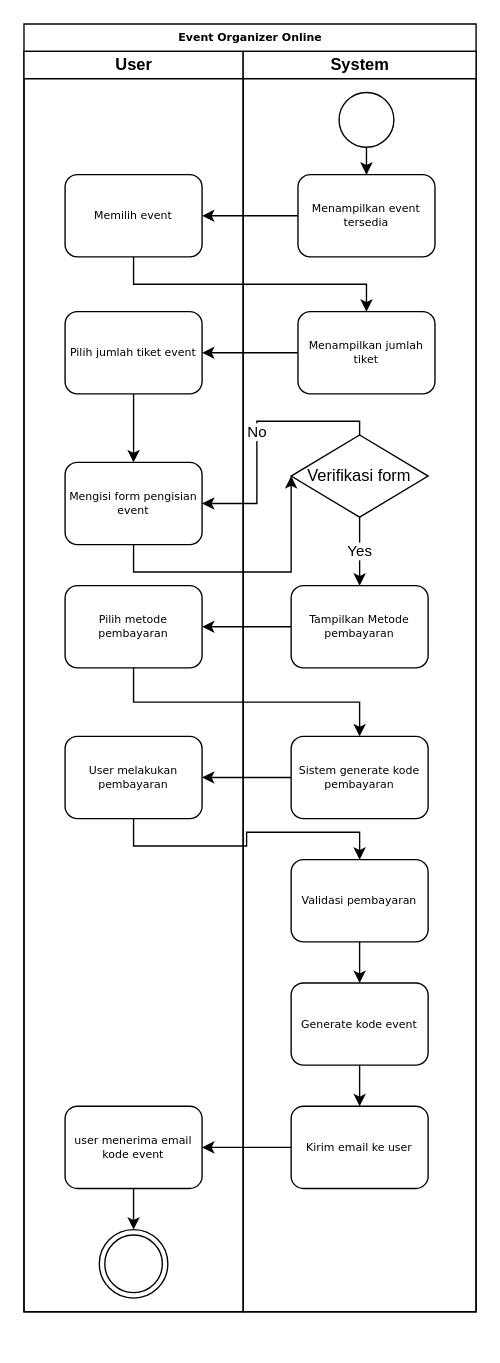
Before: Kel 4 tb 1.drawio in irwanmaulana42/MathToolsDataScience, a draw.io diagram. Source tidied: cells renumbered, new cells numbered last; positions are measured from the earlier drawing's top-left corner, leaving out a move shared by most shapes. Both pictures are drawn from the tidied source at 137%, with x=0, y=0 at pixel (23, 23).
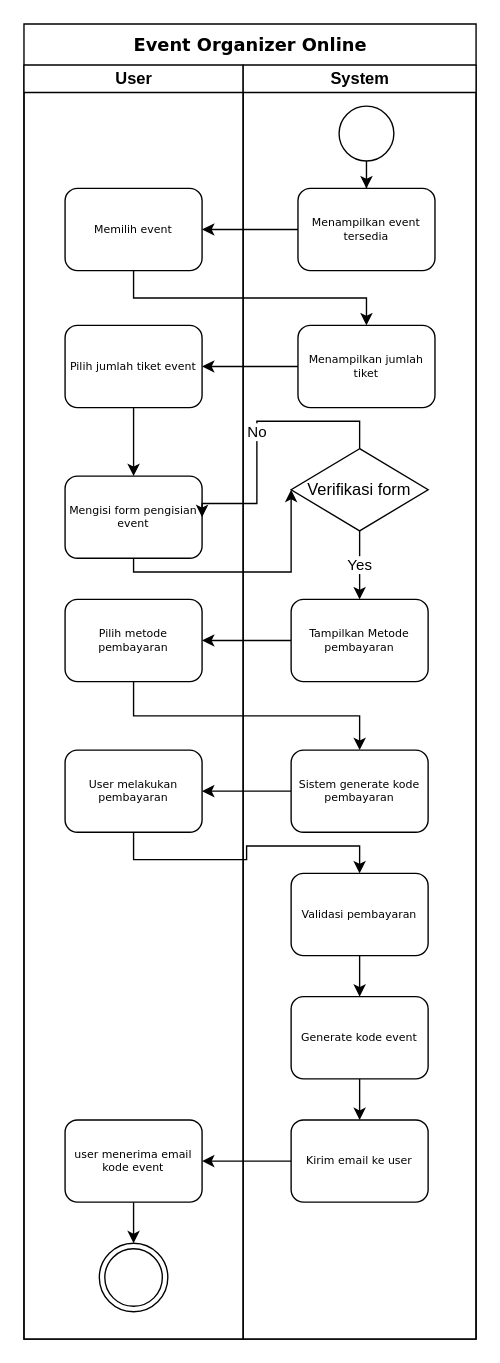
The same diagram, later.

The edit, as a diff of the source:
```diff
@@
-    <mxCell id="2" value="Event Organizer Online" style="swimlane;html=1;startSize=20;rounded=0;shadow=0;labelBackgroundColor=none;strokeWidth=1;fontFamily=Verdana;fontSize=8;align=center;" parent="1" vertex="1">
-      <mxGeometry width="330" height="940" as="geometry" />
+    <mxCell id="2" value="Event Organizer Online" style="swimlane;html=1;startSize=30;rounded=0;shadow=0;labelBackgroundColor=none;strokeWidth=1;fontFamily=Verdana;fontSize=13;align=center;" parent="1" vertex="1">
+      <mxGeometry width="330" height="960" as="geometry" />
     </mxCell>
     <mxCell id="3" value="User" style="swimlane;html=1;startSize=20;" parent="2" vertex="1">
-      <mxGeometry y="20" width="160" height="920" as="geometry" />
+      <mxGeometry y="30" width="160" height="930" as="geometry" />
     </mxCell>
@@
     <mxCell id="16" value="System" style="swimlane;html=1;startSize=20;" parent="2" vertex="1">
-      <mxGeometry x="160" y="20" width="170" height="920" as="geometry" />
+      <mxGeometry x="160" y="30" width="170" height="930" as="geometry" />
     </mxCell>
```
